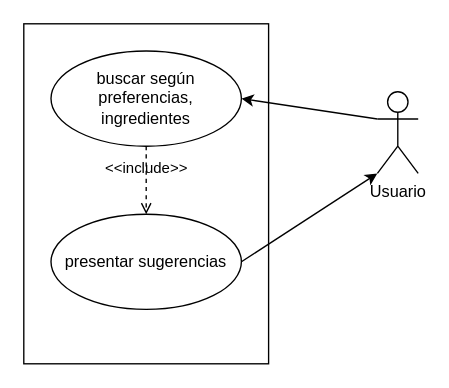
Above: diagramas/RF3.drawio in alejandg1/SmartCook (draw.io), before the change. Source tidied: cells renumbered, new cells numbered last; positions are measured from the earlier drawing's top-left corner, leaving out a move shared by most shapes. Both pictures are drawn from the tidied source at 136%, with x=0, y=0 at pixel (23, 23).
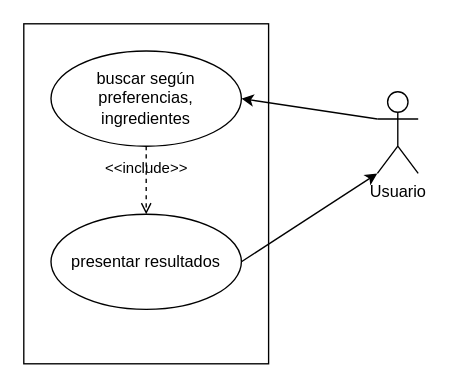
The same diagram, later.

Change to the diagram source:
```diff
@@
 <mxGraphModel>
   <root>
     <mxCell id="0" />
     <mxCell id="1" parent="0" />
     <mxCell id="2" style="rounded=0;whiteSpace=wrap;html=1;" parent="1" vertex="1">
       <mxGeometry width="180" height="250" as="geometry" />
     </mxCell>
     <mxCell id="3" style="edgeStyle=none;html=1;exitX=0;exitY=0.3333333333333333;exitDx=0;exitDy=0;exitPerimeter=0;entryX=1;entryY=0.5;entryDx=0;entryDy=0;" parent="1" edge="1" source="4" target="5">
       <mxGeometry relative="1" as="geometry" />
     </mxCell>
     <mxCell id="4" value="Usuario" style="shape=umlActor;verticalLabelPosition=bottom;verticalAlign=top;html=1;" parent="1" vertex="1">
       <mxGeometry x="260" y="50" width="30" height="60" as="geometry" />
     </mxCell>
     <mxCell id="5" value="buscar según preferencias, ingredientes" style="ellipse;whiteSpace=wrap;html=1;" parent="1" vertex="1">
       <mxGeometry x="20" y="20" width="140" height="70" as="geometry" />
     </mxCell>
     <mxCell id="6" style="edgeStyle=none;html=1;exitX=1;exitY=0.5;exitDx=0;exitDy=0;entryX=0;entryY=1;entryDx=0;entryDy=0;entryPerimeter=0;" parent="1" edge="1" source="7" target="4">
       <mxGeometry relative="1" as="geometry" />
     </mxCell>
-    <mxCell id="7" value="presentar sugerencias" style="ellipse;whiteSpace=wrap;html=1;" parent="1" vertex="1">
+    <mxCell id="7" value="presentar resultados" style="ellipse;whiteSpace=wrap;html=1;" parent="1" vertex="1">
       <mxGeometry x="20" y="140" width="140" height="70" as="geometry" />
     </mxCell>
     <mxCell id="8" value="&amp;lt;&amp;lt;include&amp;gt;&amp;gt;" style="html=1;verticalAlign=bottom;labelBackgroundColor=none;endArrow=open;endFill=0;dashed=1;entryX=0.5;entryY=0;entryDx=0;entryDy=0;exitX=0.5;exitY=1;exitDx=0;exitDy=0;" parent="1" edge="1" source="5" target="7">
       <mxGeometry x="-0.01" relative="1" as="geometry" />
     </mxCell>
   </root>
 </mxGraphModel>
```
